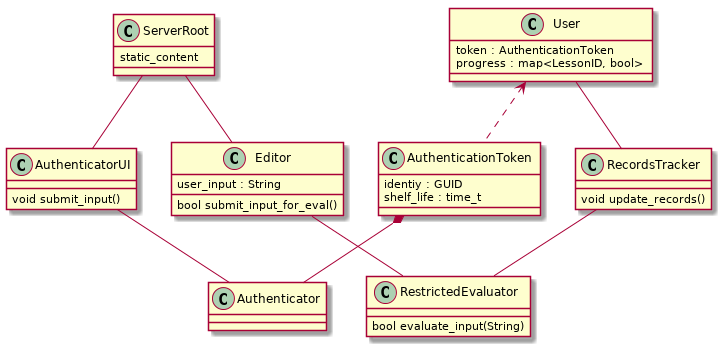
Above: class_diagram.png in s-i-dunn-wsu/cs320_proj (PlantUML), before the change.
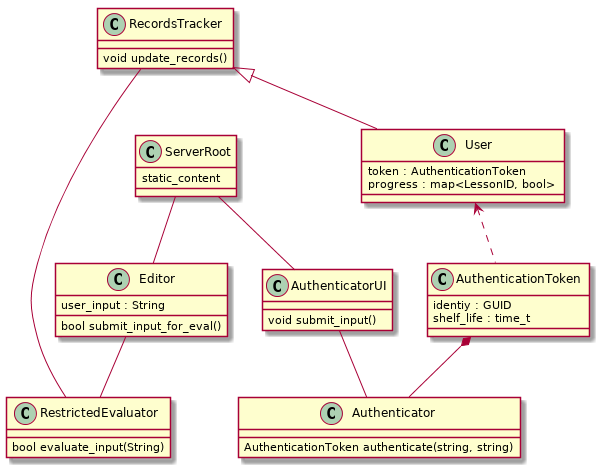
Later version of the same file.

Commit message:
Update class diagram.

The edit, as a diff of the source:
```diff
@@ -5,7 +5,7 @@
 }
 
 class Authenticator {
-
+    AuthenticationToken authenticate(string, string)
 }
 
 class AuthenticationToken {
@@ -42,6 +42,6 @@
 ServerRoot -- Editor
 AuthenticatorUI -- Authenticator
 AuthenticationToken *-- Authenticator
-User -- RecordsTracker
+RecordsTracker ^-- User
 RecordsTracker -- RestrictedEvaluator
 @enduml
```
